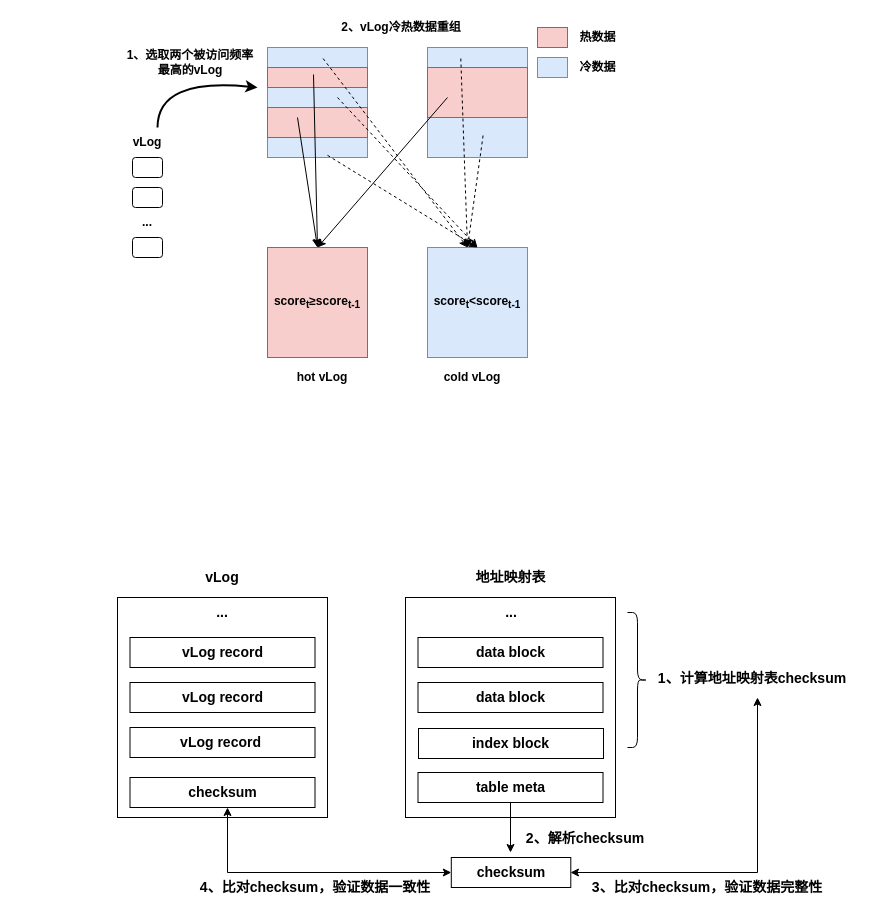
This is page "第 3 页" (3 of 7) of RabbitKV.drawio from yeqiyi/drawIO, a draw.io file, before an edit. Source tidied: cells renumbered, new cells numbered last; positions are measured from the earlier drawing's top-left corner, leaving out a move shared by most shapes. Both pictures are drawn from the tidied source at 100%, with x=0, y=0 at pixel (117, 17).
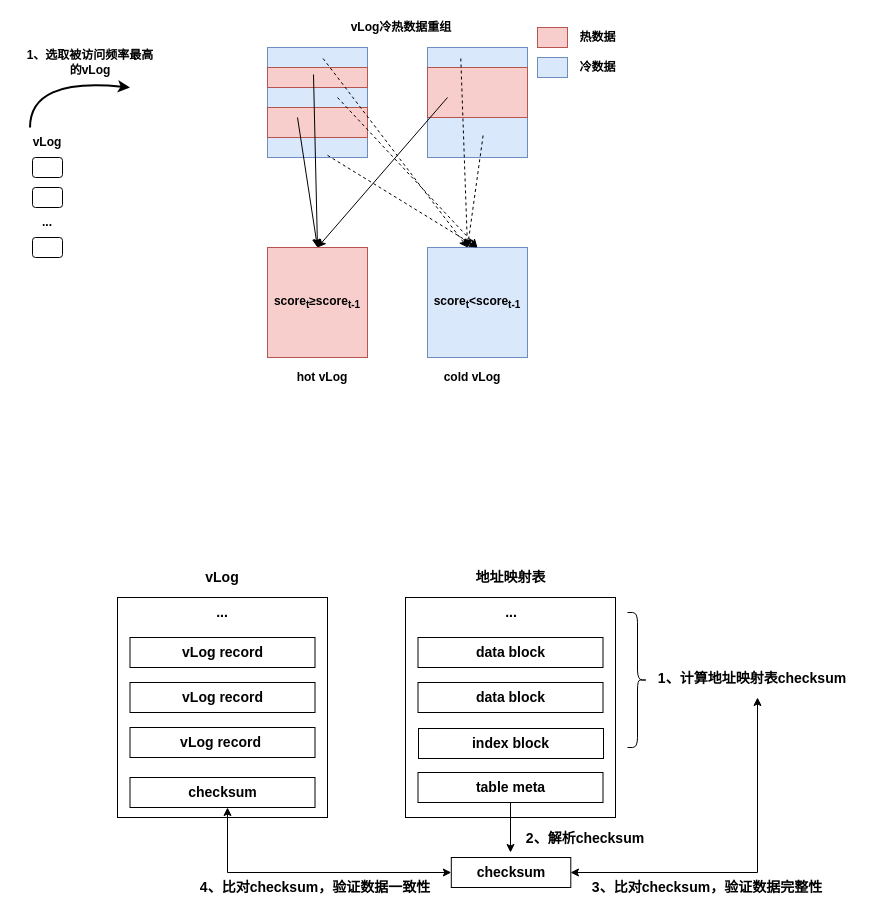
After the change.

What changed in the source:
```diff
@@
     <mxCell id="2" style="rounded=1;whiteSpace=wrap;html=1;" parent="1" vertex="1">
-      <mxGeometry x="15" y="140" width="30" height="20" as="geometry" />
+      <mxGeometry x="-85" y="140" width="30" height="20" as="geometry" />
     </mxCell>
     <mxCell id="3" style="rounded=1;whiteSpace=wrap;html=1;" parent="1" vertex="1">
-      <mxGeometry x="15" y="170" width="30" height="20" as="geometry" />
+      <mxGeometry x="-85" y="170" width="30" height="20" as="geometry" />
     </mxCell>
     <mxCell id="4" style="curved=1;endArrow=classic;html=1;rounded=0;strokeWidth=2;" parent="1" edge="1">
       <mxGeometry relative="1" as="geometry">
-        <mxPoint x="40" y="110" as="sourcePoint" />
-        <mxPoint x="140" y="70" as="targetPoint" />
+        <mxPoint x="-87.5" y="110" as="sourcePoint" />
+        <mxPoint x="12.5" y="70" as="targetPoint" />
         <Array as="points">
-          <mxPoint x="40" y="60" />
+          <mxPoint x="-87.5" y="60" />
         </Array>
       </mxGeometry>
     </mxCell>
     <mxCell id="5" style="rounded=1;whiteSpace=wrap;html=1;" parent="1" vertex="1">
-      <mxGeometry x="15" y="220" width="30" height="20" as="geometry" />
+      <mxGeometry x="-85" y="220" width="30" height="20" as="geometry" />
     </mxCell>
     <mxCell id="6" value="&lt;b&gt;vLog&lt;/b&gt;" style="text;html=1;strokeColor=none;fillColor=none;align=center;verticalAlign=middle;whiteSpace=wrap;rounded=0;" parent="1" vertex="1">
-      <mxGeometry y="110" width="60" height="30" as="geometry" />
+      <mxGeometry x="-100" y="110" width="60" height="30" as="geometry" />
     </mxCell>
-    <mxCell id="7" value="&lt;b&gt;&lt;font style=&quot;font-size: 12px;&quot;&gt;1、选取两个被访问频率最高的vLog&lt;/font&gt;&lt;/b&gt;" style="text;html=1;strokeColor=none;fillColor=none;align=center;verticalAlign=middle;whiteSpace=wrap;rounded=0;" parent="1" vertex="1">
-      <mxGeometry x="8" y="30" width="130" height="30" as="geometry" />
+    <mxCell id="7" value="&lt;b&gt;&lt;font style=&quot;font-size: 12px;&quot;&gt;1、选取被访问频率最高的vLog&lt;/font&gt;&lt;/b&gt;" style="text;html=1;strokeColor=none;fillColor=none;align=center;verticalAlign=middle;whiteSpace=wrap;rounded=0;" parent="1" vertex="1">
+      <mxGeometry x="-92" y="30" width="130" height="30" as="geometry" />
     </mxCell>
@@
     <mxCell id="10" value="&lt;b&gt;...&lt;/b&gt;" style="text;html=1;strokeColor=none;fillColor=none;align=center;verticalAlign=middle;whiteSpace=wrap;rounded=0;" parent="1" vertex="1">
-      <mxGeometry y="190" width="60" height="30" as="geometry" />
+      <mxGeometry x="-100" y="190" width="60" height="30" as="geometry" />
     </mxCell>
-    <mxCell id="11" value="&lt;b style=&quot;border-color: var(--border-color);&quot;&gt;2、vLog冷热数据重组&lt;/b&gt;" style="text;html=1;strokeColor=none;fillColor=none;align=center;verticalAlign=middle;whiteSpace=wrap;rounded=0;" parent="1" vertex="1">
+    <mxCell id="11" value="&lt;b style=&quot;border-color: var(--border-color);&quot;&gt;vLog冷热数据重组&lt;/b&gt;" style="text;html=1;strokeColor=none;fillColor=none;align=center;verticalAlign=middle;whiteSpace=wrap;rounded=0;" parent="1" vertex="1">
       <mxGeometry x="217" width="134" height="20" as="geometry" />
     </mxCell>
```
